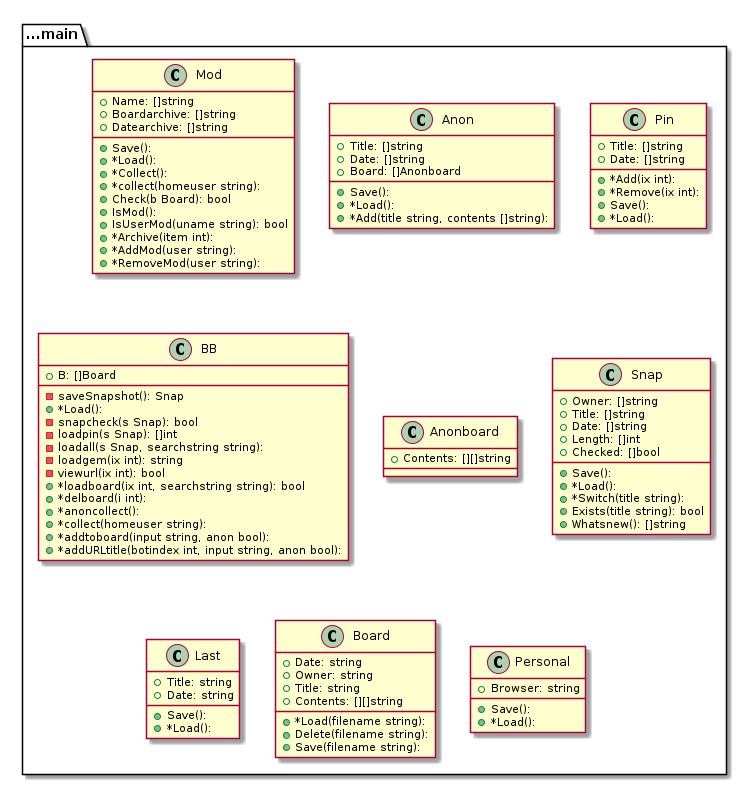
Above: graph.png in tbal999/bb (PlantUML), before the change.
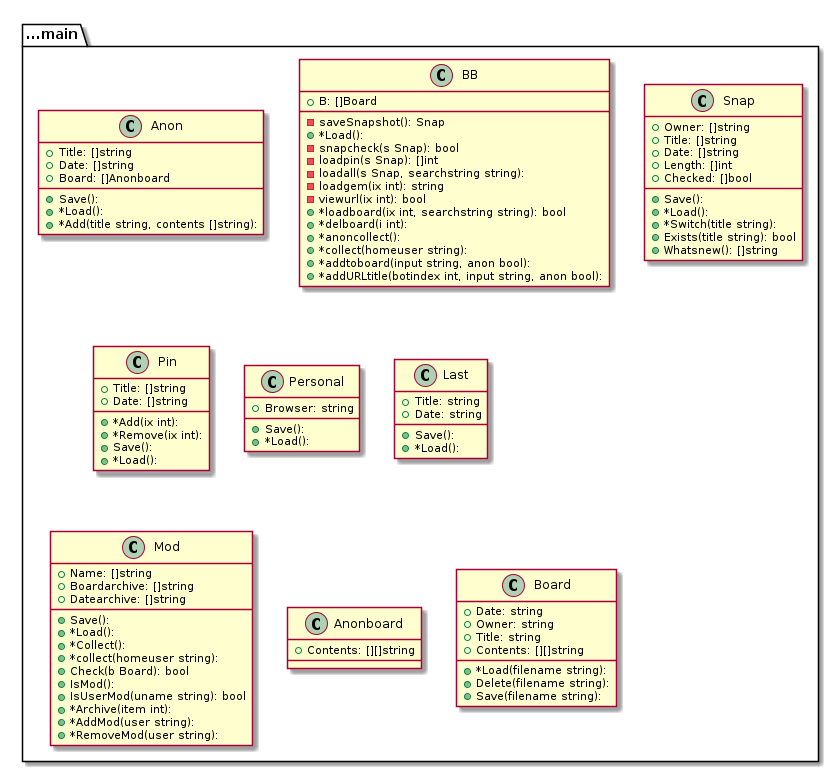
Later version of the same file.

Change to the diagram source:
```diff
@@ -1,21 +1,4 @@
 @startuml
-package ...main{
-class Mod {
-+Name: []string
-+Boardarchive: []string
-+Datearchive: []string
-+Save():
-+*Load():
-+*Collect():
-+*collect(homeuser string):
-+Check(b Board): bool
-+IsMod():
-+IsUserMod(uname string): bool
-+*Archive(item int):
-+*AddMod(user string):
-+*RemoveMod(user string):
-}
-}
 package ...main{
 class Anon {
 +Title: []string
@@ -24,16 +7,6 @@
 +Save():
 +*Load():
 +*Add(title string, contents []string):
-}
-}
-package ...main{
-class Pin {
-+Title: []string
-+Date: []string
-+*Add(ix int):
-+*Remove(ix int):
-+Save():
-+*Load():
 }
 }
 package ...main{
@@ -55,12 +28,6 @@
 }
 }
 package ...main{
-class Anonboard {
-+Contents: [][]string
-
-}
-}
-package ...main{
 class Snap {
 +Owner: []string
 +Title: []string
@@ -75,11 +42,51 @@
 }
 }
 package ...main{
+class Pin {
++Title: []string
++Date: []string
++*Add(ix int):
++*Remove(ix int):
++Save():
++*Load():
+}
+}
+package ...main{
+class Personal {
++Browser: string
++Save():
++*Load():
+}
+}
+package ...main{
 class Last {
 +Title: string
 +Date: string
 +Save():
 +*Load():
+}
+}
+package ...main{
+class Mod {
++Name: []string
++Boardarchive: []string
++Datearchive: []string
++Save():
++*Load():
++*Collect():
++*collect(homeuser string):
++Check(b Board): bool
++IsMod():
++IsUserMod(uname string): bool
++*Archive(item int):
++*AddMod(user string):
++*RemoveMod(user string):
+}
+}
+package ...main{
+class Anonboard {
++Contents: [][]string
+
 }
 }
 package ...main{
@@ -93,12 +100,5 @@
 +Save(filename string):
 }
 }
-package ...main{
-class Personal {
-+Browser: string
-+Save():
-+*Load():
-}
-}
 
 @enduml
```
